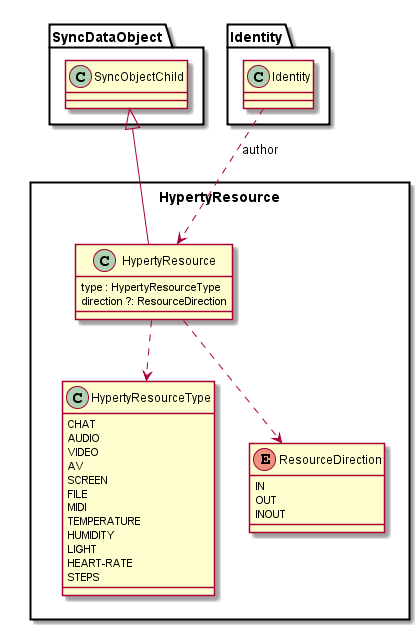
Above: docs/datamodel/data-objects/communication/Hyperty-Resource-Data-Object-Model.png in reTHINK-project/dev-service-framework (PlantUML), before the change.
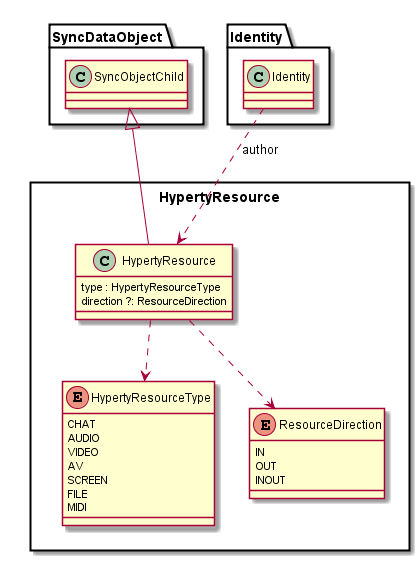
Later version of the same file.

Commit message:
Hyperty Resource and Context data models images updated according to minor fixes in the model

What changed in the source:
```diff
@@ -7,7 +7,7 @@
 		direction ?: ResourceDirection
 	}
 
-	class HypertyResourceType {
+	enum HypertyResourceType {
 		CHAT
 		AUDIO
 		VIDEO
@@ -15,11 +15,6 @@
 		SCREEN
 		FILE
 		MIDI
-		TEMPERATURE
-		HUMIDITY
-		LIGHT
-		HEART-RATE
-		STEPS
 	}
 
 	enum ResourceDirection {
```
